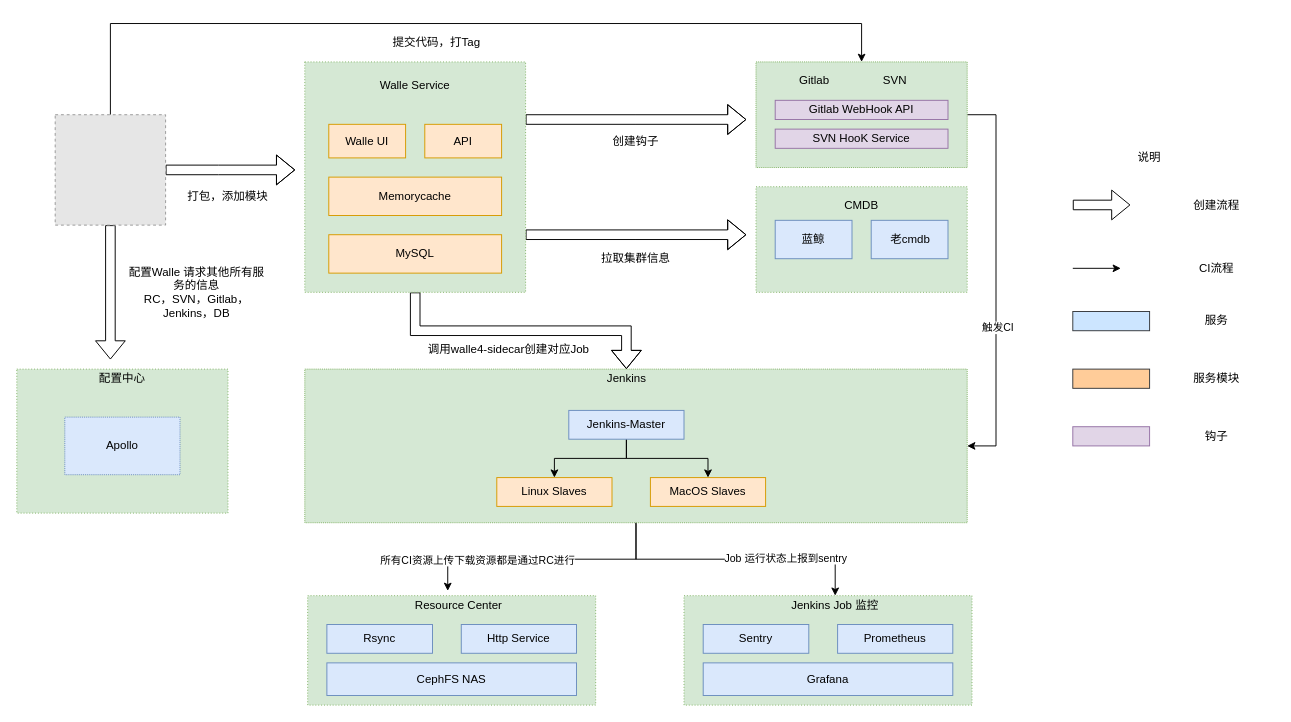
Armand-zsh/huashan keeps this draw.io diagram as Untitled Diagram.drawio. Above is the earlier version. Source tidied: cells renumbered, new cells numbered last; positions are measured from the earlier drawing's top-left corner, leaving out a move shared by most shapes. Both pictures are drawn from the tidied source at 96%, with x=0, y=0 at pixel (16, 23). Pictures stored in the file or linked from it are replaced by grey dashed boxes.
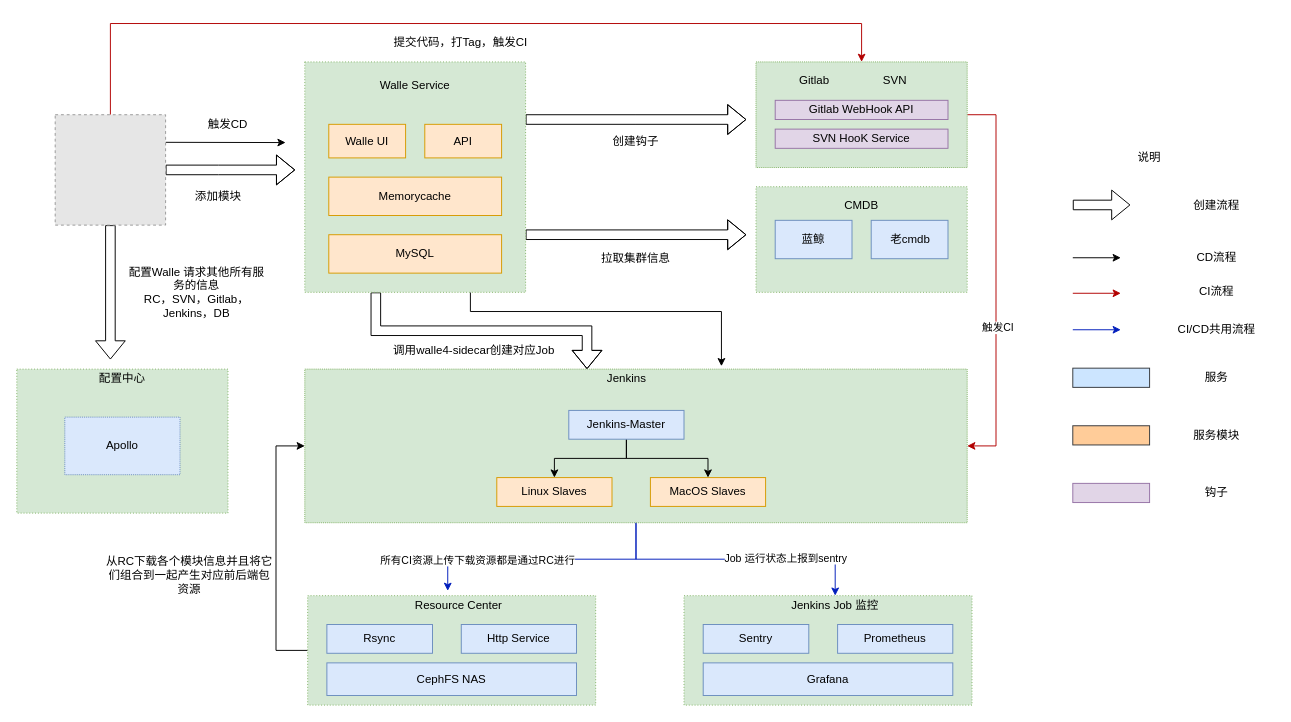
The same diagram, later.

Unchanged cells that the change refers to:
```xml
<mxCell id="11" style="rounded=0;whiteSpace=wrap;html=1;dashed=1;dashPattern=1 2;fillColor=#d5e8d4;strokeColor=#82b366;" parent="1" vertex="1">
  <mxGeometry x="300" y="40" width="230" height="240" as="geometry" />
</mxCell>
<mxCell id="18" style="rounded=0;whiteSpace=wrap;html=1;dashed=1;dashPattern=1 1;fillColor=#d5e8d4;strokeColor=#82b366;" parent="1" vertex="1">
  <mxGeometry x="770" y="40" width="220" height="110" as="geometry" />
</mxCell>
<mxCell id="24" style="rounded=0;whiteSpace=wrap;html=1;dashed=1;dashPattern=1 1;fillColor=#d5e8d4;strokeColor=#82b366;" parent="1" vertex="1">
  <mxGeometry x="300" y="360" width="690" height="160" as="geometry" />
</mxCell>
<mxCell id="25" value="Jenkins" style="text;html=1;strokeColor=none;fillColor=none;align=center;verticalAlign=middle;whiteSpace=wrap;rounded=0;" parent="1" vertex="1">
  <mxGeometry x="607.5" y="360" width="55" height="20" as="geometry" />
</mxCell>
<mxCell id="36" style="rounded=0;whiteSpace=wrap;html=1;dashed=1;dashPattern=1 2;fillColor=#d5e8d4;strokeColor=#82b366;" parent="1" vertex="1">
  <mxGeometry x="303" y="596" width="300" height="114" as="geometry" />
</mxCell>
<mxCell id="46" style="fillColor=#E6E6E6;strokeColor=#999999;dashed=1;html=1;verticalAlign=top;verticalLabelPosition=bottom;labelBackgroundColor=#ffffff;" parent="1" vertex="1">
  <mxGeometry x="40" y="95" width="115" height="115" as="geometry" />
</mxCell>
<mxCell id="53" value="Jenkins Job 监控" style="text;html=1;strokeColor=none;fillColor=none;align=center;verticalAlign=middle;whiteSpace=wrap;rounded=0;" parent="1" vertex="1">
  <mxGeometry x="800" y="596" width="105" height="20" as="geometry" />
</mxCell>
```

Change to the diagram source:
```diff
@@
-    <mxCell id="8" style="edgeStyle=orthogonalEdgeStyle;shape=flexArrow;rounded=0;jettySize=auto;html=1;exitX=0.5;exitY=1;exitDx=0;exitDy=0;entryX=0.5;entryY=0;entryDx=0;entryDy=0;" parent="1" edge="1" source="11" target="25">
-      <mxGeometry relative="1" as="geometry" />
+    <mxCell id="8" style="edgeStyle=orthogonalEdgeStyle;shape=flexArrow;rounded=0;orthogonalLoop=1;jettySize=auto;html=1;exitX=0.5;exitY=1;exitDx=0;exitDy=0;entryX=0.5;entryY=0;entryDx=0;entryDy=0;" parent="1" edge="1">
+      <mxGeometry relative="1" as="geometry">
+        <mxPoint x="374" y="280" as="sourcePoint" />
+        <mxPoint x="594" y="360" as="targetPoint" />
+        <Array as="points">
+          <mxPoint x="374" y="320" />
+          <mxPoint x="594" y="320" />
+        </Array>
+      </mxGeometry>
     </mxCell>
@@
+    <mxCell id="69" style="edgeStyle=orthogonalEdgeStyle;rounded=0;jettySize=auto;html=1;exitX=0.75;exitY=1;exitDx=0;exitDy=0;entryX=0.629;entryY=-0.019;entryDx=0;entryDy=0;entryPerimeter=0;" parent="1" edge="1" source="11" target="24">
+      <mxGeometry relative="1" as="geometry">
+        <Array as="points">
+          <mxPoint x="473" y="300" />
+          <mxPoint x="734" y="300" />
+        </Array>
+      </mxGeometry>
+    </mxCell>
@@
-    <mxCell id="16" style="edgeStyle=orthogonalEdgeStyle;rounded=0;jettySize=auto;html=1;exitX=1;exitY=0.5;exitDx=0;exitDy=0;entryX=1;entryY=0.5;entryDx=0;entryDy=0;" parent="1" edge="1" source="18" target="24">
+    <mxCell id="16" style="edgeStyle=orthogonalEdgeStyle;rounded=0;jettySize=auto;html=1;exitX=1;exitY=0.5;exitDx=0;exitDy=0;entryX=1;entryY=0.5;entryDx=0;entryDy=0;fillColor=#e51400;strokeColor=#B20000;" parent="1" edge="1" source="18" target="24">
       <mxGeometry relative="1" as="geometry">
         <Array as="points">
           <mxPoint x="1020" y="95" />
           <mxPoint x="1020" y="440" />
         </Array>
       </mxGeometry>
     </mxCell>
@@
-    <mxCell id="20" style="edgeStyle=orthogonalEdgeStyle;rounded=0;orthogonalLoop=1;jettySize=auto;html=1;exitX=0.5;exitY=1;exitDx=0;exitDy=0;entryX=0.39;entryY=-0.15;entryDx=0;entryDy=0;entryPerimeter=0;" parent="1" edge="1">
+    <mxCell id="20" style="edgeStyle=orthogonalEdgeStyle;rounded=0;orthogonalLoop=1;jettySize=auto;html=1;exitX=0.5;exitY=1;exitDx=0;exitDy=0;entryX=0.39;entryY=-0.15;entryDx=0;entryDy=0;entryPerimeter=0;fillColor=#0050ef;strokeColor=#001DBC;" parent="1" edge="1">
       <mxGeometry relative="1" as="geometry">
         <mxPoint x="645" y="518" as="sourcePoint" />
         <mxPoint x="448.9" y="591" as="targetPoint" />
         <Array as="points">
           <mxPoint x="645" y="558" />
           <mxPoint x="449" y="558" />
         </Array>
       </mxGeometry>
     </mxCell>
@@
-    <mxCell id="22" style="edgeStyle=orthogonalEdgeStyle;rounded=0;jettySize=auto;html=1;exitX=0.5;exitY=1;exitDx=0;exitDy=0;entryX=0.5;entryY=0;entryDx=0;entryDy=0;" parent="1" edge="1" source="24" target="53">
+    <mxCell id="22" style="edgeStyle=orthogonalEdgeStyle;rounded=0;jettySize=auto;html=1;exitX=0.5;exitY=1;exitDx=0;exitDy=0;entryX=0.5;entryY=0;entryDx=0;entryDy=0;fillColor=#0050ef;strokeColor=#001DBC;" parent="1" edge="1" source="24" target="53">
       <mxGeometry relative="1" as="geometry" />
     </mxCell>
@@
+    <mxCell id="70" style="edgeStyle=orthogonalEdgeStyle;rounded=0;jettySize=auto;html=1;exitX=0;exitY=0.5;exitDx=0;exitDy=0;entryX=0;entryY=0.5;entryDx=0;entryDy=0;" parent="1" edge="1" source="36" target="24">
+      <mxGeometry relative="1" as="geometry">
+        <Array as="points">
+          <mxPoint x="270" y="653" />
+          <mxPoint x="270" y="440" />
+        </Array>
+      </mxGeometry>
+    </mxCell>
@@
-    <mxCell id="44" style="edgeStyle=orthogonalEdgeStyle;rounded=0;jettySize=auto;html=1;exitX=0.5;exitY=0;exitDx=0;exitDy=0;entryX=0.5;entryY=0;entryDx=0;entryDy=0;" parent="1" edge="1" source="46" target="18">
+    <mxCell id="44" style="edgeStyle=orthogonalEdgeStyle;rounded=0;jettySize=auto;html=1;exitX=0.5;exitY=0;exitDx=0;exitDy=0;entryX=0.5;entryY=0;entryDx=0;entryDy=0;fillColor=#e51400;strokeColor=#B20000;" parent="1" edge="1" source="46" target="18">
       <mxGeometry relative="1" as="geometry">
         <Array as="points">
           <mxPoint x="98" />
           <mxPoint x="880" />
         </Array>
       </mxGeometry>
     </mxCell>
@@
+    <mxCell id="71" style="edgeStyle=none;rounded=0;jettySize=auto;html=1;exitX=1;exitY=0.25;exitDx=0;exitDy=0;" parent="1" edge="1" source="46">
+      <mxGeometry relative="1" as="geometry">
+        <mxPoint x="280" y="124" as="targetPoint" />
+      </mxGeometry>
+    </mxCell>
@@
-    <mxCell id="47" value="打包，添加模块" style="text;html=1;strokeColor=none;fillColor=none;align=center;verticalAlign=middle;whiteSpace=wrap;rounded=0;dashed=1;dashPattern=1 1;" parent="1" vertex="1">
-      <mxGeometry x="170" y="170" width="100" height="20" as="geometry" />
+    <mxCell id="47" value="添加模块" style="text;html=1;strokeColor=none;fillColor=none;align=center;verticalAlign=middle;whiteSpace=wrap;rounded=0;dashed=1;dashPattern=1 1;" parent="1" vertex="1">
+      <mxGeometry x="160" y="170" width="100" height="20" as="geometry" />
     </mxCell>
-    <mxCell id="48" value="提交代码，打Tag" style="text;html=1;strokeColor=none;fillColor=none;align=center;verticalAlign=middle;whiteSpace=wrap;rounded=0;dashed=1;dashPattern=1 1;" parent="1" vertex="1">
-      <mxGeometry x="375" y="10" width="125" height="20" as="geometry" />
+    <mxCell id="48" value="提交代码，打Tag，触发CI" style="text;html=1;strokeColor=none;fillColor=none;align=center;verticalAlign=middle;whiteSpace=wrap;rounded=0;dashed=1;dashPattern=1 1;" parent="1" vertex="1">
+      <mxGeometry x="375" y="10" width="175" height="20" as="geometry" />
     </mxCell>
     <mxCell id="49" value="调用walle4-sidecar创建对应Job" style="text;html=1;strokeColor=none;fillColor=none;align=center;verticalAlign=middle;whiteSpace=wrap;rounded=0;dashed=1;dashPattern=1 1;" parent="1" vertex="1">
-      <mxGeometry x="425" y="330" width="175" height="20" as="geometry" />
+      <mxGeometry x="389" y="331" width="175" height="20" as="geometry" />
     </mxCell>
@@
     <mxCell id="59" style="endArrow=classic;html=1;" parent="1" edge="1">
       <mxGeometry relative="1" as="geometry">
-        <mxPoint x="1100" y="255" as="sourcePoint" />
-        <mxPoint x="1150" y="255" as="targetPoint" />
+        <mxPoint x="1100" y="244" as="sourcePoint" />
+        <mxPoint x="1150" y="244" as="targetPoint" />
       </mxGeometry>
     </mxCell>
@@
-    <mxCell id="62" value="CI流程" style="text;html=1;strokeColor=none;fillColor=none;align=center;verticalAlign=middle;whiteSpace=wrap;rounded=0;dashed=1;dashPattern=1 1;" parent="1" vertex="1">
-      <mxGeometry x="1190" y="245" width="120" height="20" as="geometry" />
+    <mxCell id="62" value="CD流程" style="text;html=1;strokeColor=none;fillColor=none;align=center;verticalAlign=middle;whiteSpace=wrap;rounded=0;dashed=1;dashPattern=1 1;" parent="1" vertex="1">
+      <mxGeometry x="1190" y="234" width="120" height="20" as="geometry" />
     </mxCell>
     <mxCell id="63" style="rounded=0;whiteSpace=wrap;html=1;fillColor=#cce5ff;strokeColor=#36393d;" parent="1" vertex="1">
-      <mxGeometry x="1100" y="300" width="80" height="20" as="geometry" />
+      <mxGeometry x="1100" y="359" width="80" height="20" as="geometry" />
     </mxCell>
     <mxCell id="64" style="rounded=0;whiteSpace=wrap;html=1;fillColor=#ffcc99;strokeColor=#36393d;" parent="1" vertex="1">
-      <mxGeometry x="1100" y="360" width="80" height="20" as="geometry" />
+      <mxGeometry x="1100" y="419" width="80" height="20" as="geometry" />
     </mxCell>
     <mxCell id="65" style="rounded=0;whiteSpace=wrap;html=1;fillColor=#e1d5e7;strokeColor=#9673a6;" parent="1" vertex="1">
-      <mxGeometry x="1100" y="420" width="80" height="20" as="geometry" />
+      <mxGeometry x="1100" y="479" width="80" height="20" as="geometry" />
     </mxCell>
     <mxCell id="66" value="服务" style="text;html=1;strokeColor=none;fillColor=none;align=center;verticalAlign=middle;whiteSpace=wrap;rounded=0;dashed=1;dashPattern=1 1;" parent="1" vertex="1">
-      <mxGeometry x="1190" y="300" width="120" height="20" as="geometry" />
+      <mxGeometry x="1190" y="359" width="120" height="20" as="geometry" />
     </mxCell>
     <mxCell id="67" value="服务模块" style="text;html=1;strokeColor=none;fillColor=none;align=center;verticalAlign=middle;whiteSpace=wrap;rounded=0;dashed=1;dashPattern=1 1;" parent="1" vertex="1">
-      <mxGeometry x="1190" y="360" width="120" height="20" as="geometry" />
+      <mxGeometry x="1190" y="419" width="120" height="20" as="geometry" />
     </mxCell>
     <mxCell id="68" value="钩子" style="text;html=1;strokeColor=none;fillColor=none;align=center;verticalAlign=middle;whiteSpace=wrap;rounded=0;dashed=1;dashPattern=1 1;" parent="1" vertex="1">
-      <mxGeometry x="1190" y="420" width="120" height="20" as="geometry" />
+      <mxGeometry x="1190" y="479" width="120" height="20" as="geometry" />
     </mxCell>
+    <mxCell id="72" value="触发CD" style="text;html=1;strokeColor=none;fillColor=none;align=center;verticalAlign=middle;whiteSpace=wrap;rounded=0;dashed=1;dashPattern=1 1;" parent="1" vertex="1">
+      <mxGeometry x="170" y="95" width="100" height="20" as="geometry" />
+    </mxCell>
+    <mxCell id="73" value="从RC下载各个模块信息并且将它们组合到一起产生对应前后端包资源" style="text;html=1;strokeColor=none;fillColor=none;align=center;verticalAlign=middle;whiteSpace=wrap;rounded=0;" parent="1" vertex="1">
+      <mxGeometry x="90" y="520" width="180" height="110" as="geometry" />
+    </mxCell>
+    <mxCell id="74" style="endArrow=classic;html=1;fillColor=#e51400;strokeColor=#B20000;" parent="1" edge="1">
+      <mxGeometry relative="1" as="geometry">
+        <mxPoint x="1100" y="281" as="sourcePoint" />
+        <mxPoint x="1150" y="281" as="targetPoint" />
+      </mxGeometry>
+    </mxCell>
+    <mxCell id="75" value="CI流程" style="text;html=1;strokeColor=none;fillColor=none;align=center;verticalAlign=middle;whiteSpace=wrap;rounded=0;dashed=1;dashPattern=1 1;" parent="1" vertex="1">
+      <mxGeometry x="1190" y="269" width="120" height="20" as="geometry" />
+    </mxCell>
+    <mxCell id="76" style="endArrow=classic;html=1;fillColor=#0050ef;strokeColor=#001DBC;" parent="1" edge="1">
+      <mxGeometry relative="1" as="geometry">
+        <mxPoint x="1100" y="319" as="sourcePoint" />
+        <mxPoint x="1150" y="319" as="targetPoint" />
+      </mxGeometry>
+    </mxCell>
+    <mxCell id="77" value="CI/CD共用流程" style="text;html=1;strokeColor=none;fillColor=none;align=center;verticalAlign=middle;whiteSpace=wrap;rounded=0;dashed=1;dashPattern=1 1;" parent="1" vertex="1">
+      <mxGeometry x="1190" y="309" width="120" height="20" as="geometry" />
+    </mxCell>
```
